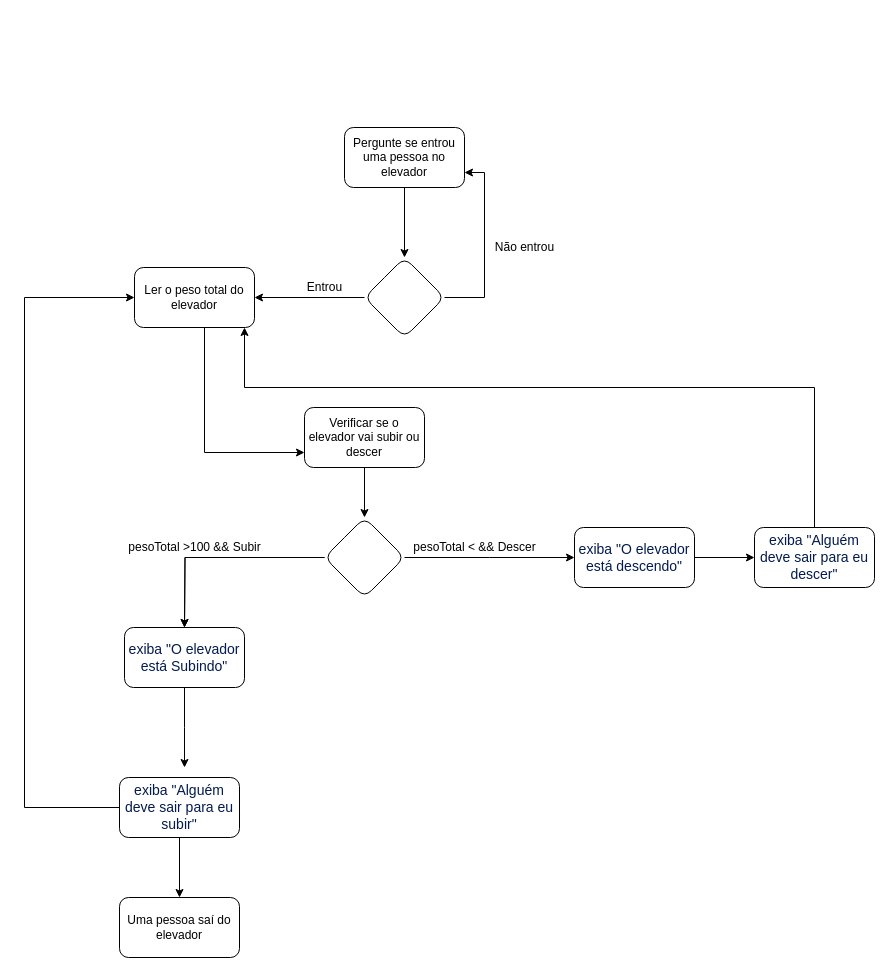
Above: page "Page-9" (9 of 10) of Algoritmo/diagrama 9.drawio in LincolnFerreira/Aulas (draw.io), before the change. Source tidied: cells renumbered, new cells numbered last; positions are measured from the earlier drawing's top-left corner, leaving out a move shared by most shapes. Both pictures are drawn from the tidied source at 100%, with x=0, y=0 at pixel (24, 127).
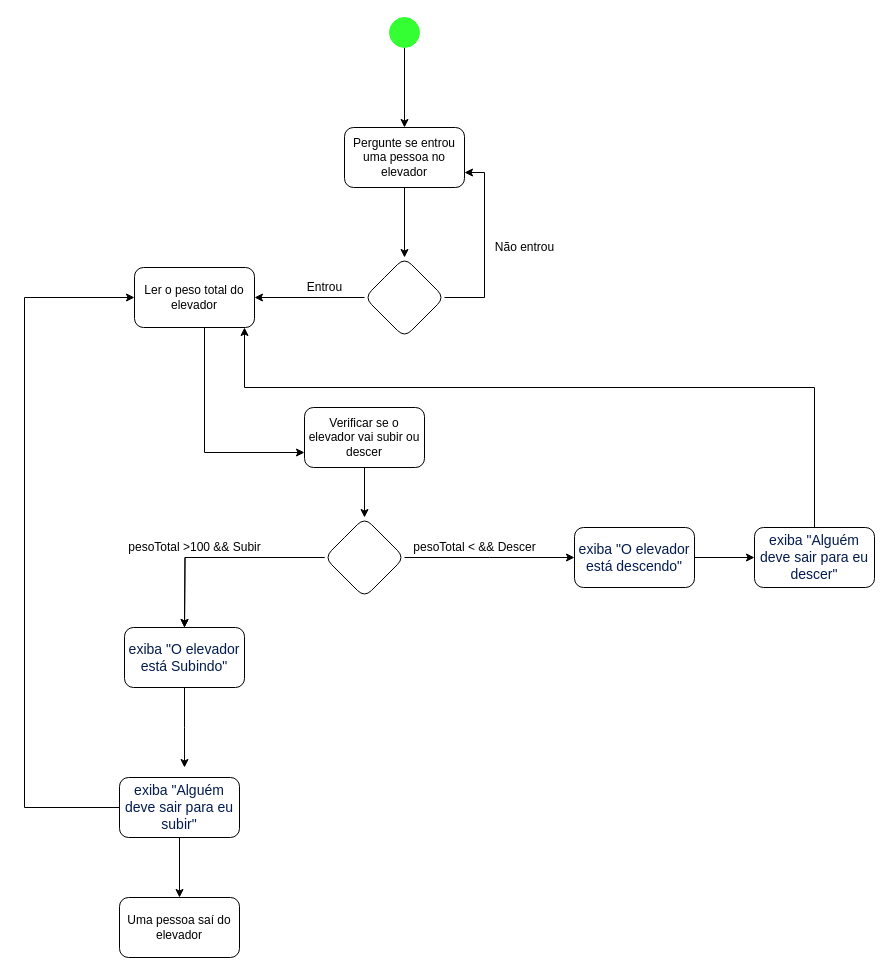
After the change.

The change refers to these unchanged cells:
```xml
<mxCell id="3" value="Pergunte se entrou uma pessoa no elevador" style="rounded=1;whiteSpace=wrap;html=1;fillColor=#FFFFFF;" parent="1" vertex="1">
  <mxGeometry x="320" width="120" height="60" as="geometry" />
</mxCell>
```

Diff of the diagram source:
```diff
@@
+    <mxCell id="29" style="edgeStyle=orthogonalEdgeStyle;rounded=0;jettySize=auto;html=1;entryX=0.5;entryY=0;entryDx=0;entryDy=0;" parent="1" edge="1" source="30" target="3">
+      <mxGeometry relative="1" as="geometry" />
+    </mxCell>
+    <mxCell id="30" style="ellipse;whiteSpace=wrap;html=1;fillColor=#33FF33;strokeColor=#33FF33;" parent="1" vertex="1">
+      <mxGeometry x="365" y="-110" width="30" height="30" as="geometry" />
+    </mxCell>
```
